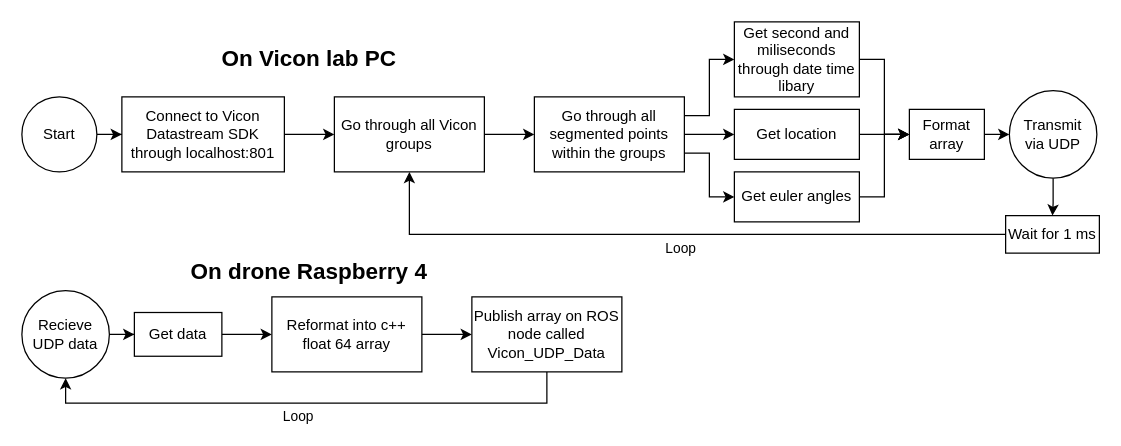
Above: DrawIOFiler/Drawio - ViconFullDatastreamFlow.drawio in jens1906/Robotteknologi-4.-semester (draw.io), before the change. Source tidied: cells renumbered, new cells numbered last; positions are measured from the earlier drawing's top-left corner, leaving out a move shared by most shapes. Both pictures are drawn from the tidied source at 125%, with x=0, y=0 at pixel (21, 21).
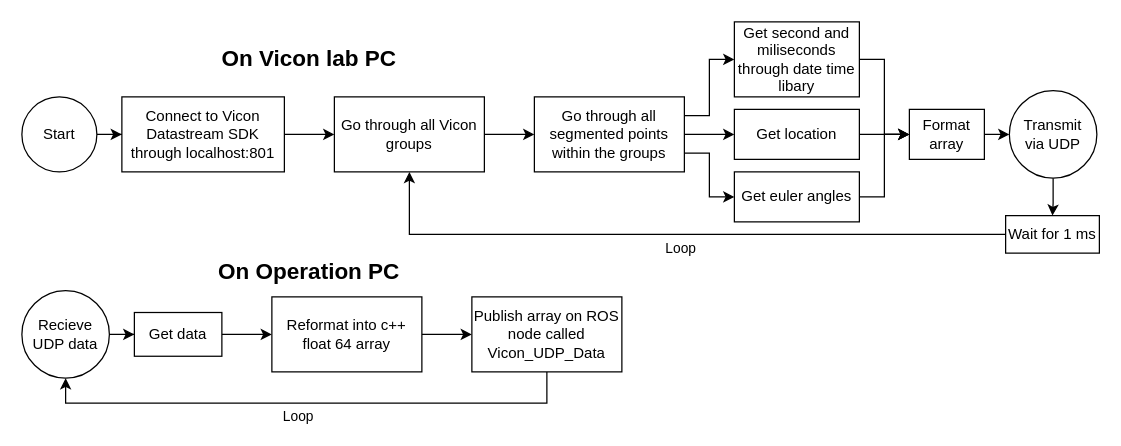
Above is the later version.

What changed in the source:
```diff
@@
-    <mxCell id="34" value="&lt;b&gt;&lt;font style=&quot;font-size: 18px;&quot;&gt;On drone Raspberry 4&lt;/font&gt;&lt;/b&gt;" style="text;html=1;align=center;verticalAlign=middle;whiteSpace=wrap;rounded=0;" parent="1" vertex="1">
+    <mxCell id="34" value="&lt;b&gt;&lt;font style=&quot;font-size: 18px;&quot;&gt;On O&lt;/font&gt;&lt;/b&gt;&lt;b style=&quot;background-color: transparent; color: light-dark(rgb(0, 0, 0), rgb(255, 255, 255));&quot;&gt;&lt;font style=&quot;font-size: 18px;&quot;&gt;peration PC&lt;/font&gt;&lt;/b&gt;" style="text;html=1;align=center;verticalAlign=middle;whiteSpace=wrap;rounded=0;" parent="1" vertex="1">
       <mxGeometry x="130" y="185" width="200" height="30" as="geometry" />
     </mxCell>
```
